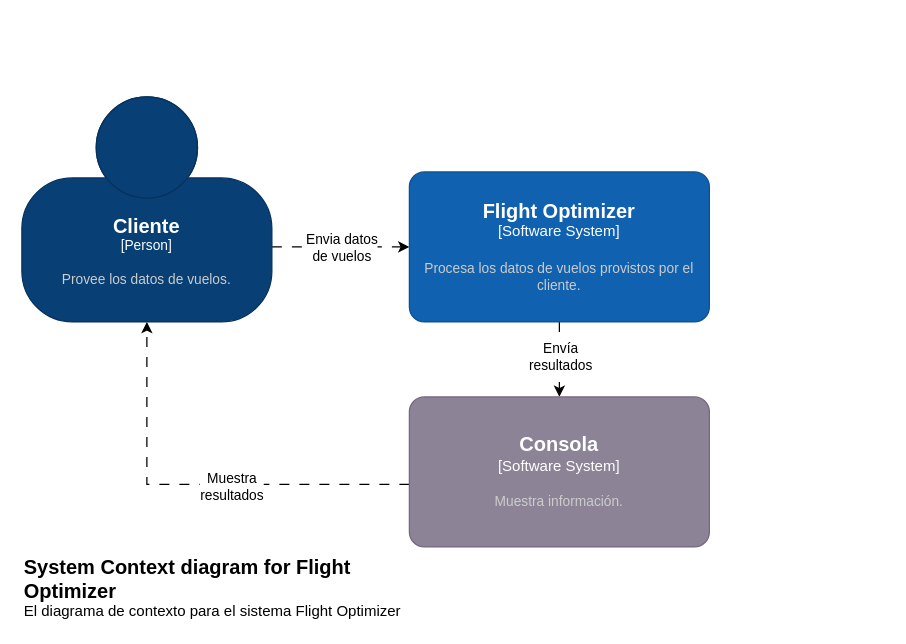
The draw.io diagram page "Page-1" (1 of 6) of docs/C4model.drawio in FranciscoPereira987/tp1-distribuidos-grupo5, before the edit. Source tidied: cells renumbered, new cells numbered last; positions are measured from the earlier drawing's top-left corner, leaving out a move shared by most shapes. Both pictures are drawn from the tidied source at 125%, with x=0, y=0 at pixel (21, 96).
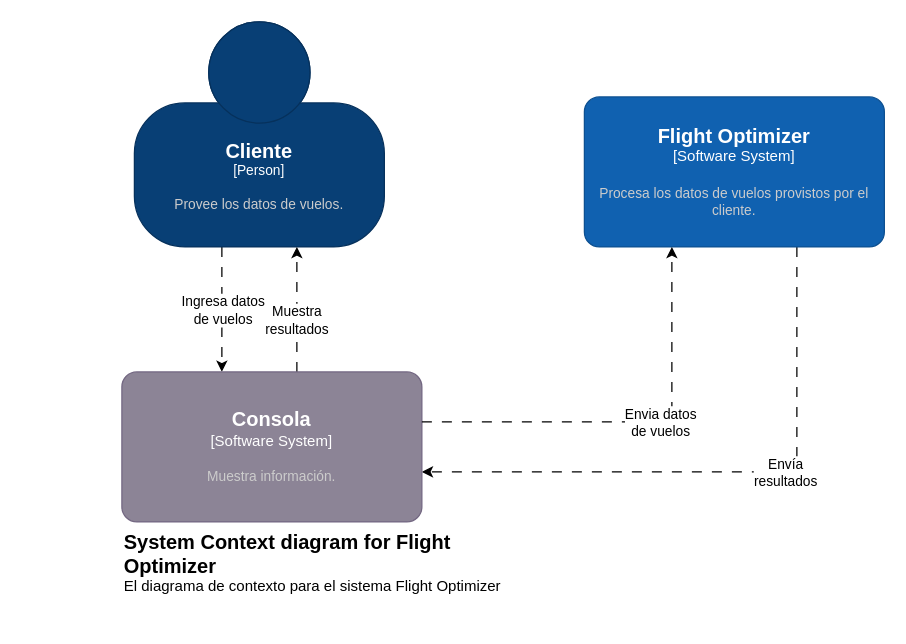
Above is the later version.

The edit, as a diff of the source:
```diff
@@
-    <mxCell id="2" style="edgeStyle=orthogonalEdgeStyle;rounded=0;jettySize=auto;html=1;dashed=1;dashPattern=8 8;" parent="1" edge="1" source="4" target="7">
+    <mxCell id="2" style="edgeStyle=orthogonalEdgeStyle;rounded=0;jettySize=auto;html=1;dashed=1;dashPattern=8 8;" parent="1" edge="1" source="4" target="10">
       <mxGeometry relative="1" as="geometry">
         <Array as="points">
-          <mxPoint x="260" y="120" />
-          <mxPoint x="260" y="120" />
+          <mxPoint x="160" y="170" />
+          <mxPoint x="160" y="170" />
         </Array>
       </mxGeometry>
     </mxCell>
-    <mxCell id="3" value="&lt;div&gt;Envia datos&lt;/div&gt;&lt;div&gt;de vuelos&lt;/div&gt;" style="edgeLabel;html=1;align=center;verticalAlign=middle;" parent="2" vertex="1">
+    <mxCell id="3" value="&lt;div&gt;Ingresa datos&lt;/div&gt;&lt;div&gt;de vuelos&lt;/div&gt;" style="edgeLabel;html=1;align=center;verticalAlign=middle;" parent="2" vertex="1">
       <mxGeometry relative="1" as="geometry" />
     </mxCell>
     <object id="4" label="&lt;font style=&quot;font-size: 16px&quot;&gt;&lt;b&gt;%c4Name%&lt;/b&gt;&lt;/font&gt;&lt;div&gt;[%c4Type%]&lt;/div&gt;&lt;br&gt;&lt;div&gt;&lt;font style=&quot;font-size: 11px&quot;&gt;&lt;font color=&quot;#cccccc&quot;&gt;%c4Description%&lt;/font&gt;&lt;/div&gt;" c4Description="Provee los datos de vuelos." c4Name="Cliente" c4Type="Person" placeholders="1">
       <mxCell style="html=1;fontSize=11;dashed=0;whiteSpace=wrap;fillColor=#083F75;strokeColor=#06315C;fontColor=#ffffff;shape=mxgraph.c4.person2;align=center;points=[[0.5,0,0],[1,0.5,0],[1,0.75,0],[0.75,1,0],[0.5,1,0],[0.25,1,0],[0,0.75,0],[0,0.5,0]];" parent="1" vertex="1">
-        <mxGeometry width="200" height="180" as="geometry" />
+        <mxGeometry x="90" y="-60" width="200" height="180" as="geometry" />
       </mxCell>
     </object>
     <mxCell id="5" style="edgeStyle=orthogonalEdgeStyle;rounded=0;jettySize=auto;html=1;dashed=1;dashPattern=8 8;" parent="1" edge="1" source="7" target="10">
-      <mxGeometry relative="1" as="geometry" />
+      <mxGeometry relative="1" as="geometry">
+        <Array as="points">
+          <mxPoint x="620" y="300" />
+        </Array>
+      </mxGeometry>
     </mxCell>
     <mxCell id="6" value="&lt;div&gt;Envía&lt;/div&gt;&lt;div&gt;resultados&lt;br&gt;&lt;/div&gt;" style="edgeLabel;html=1;align=center;verticalAlign=middle;" parent="5" vertex="1">
-      <mxGeometry x="-0.1" relative="1" as="geometry" />
+      <mxGeometry x="-0.1" relative="1" as="geometry">
+        <mxPoint x="26" as="offset" />
+      </mxGeometry>
     </mxCell>
     <object id="7" label="&lt;font style=&quot;font-size: 16px&quot;&gt;&lt;b&gt;%c4Name%&lt;/b&gt;&lt;/font&gt;&lt;div&gt;[%c4Type%]&lt;/div&gt;&lt;br&gt;&lt;div&gt;&lt;font style=&quot;font-size: 11px&quot;&gt;&lt;font color=&quot;#cccccc&quot;&gt;%c4Description%&lt;/font&gt;&lt;/div&gt;" c4Description="Procesa los datos de vuelos provistos por el cliente." c4Name="Flight Optimizer" c4Type="Software System" placeholders="1">
       <mxCell style="rounded=1;whiteSpace=wrap;html=1;labelBackgroundColor=none;fillColor=#1061B0;fontColor=#ffffff;align=center;arcSize=10;strokeColor=#0D5091;points=[[0.25,0,0],[0.5,0,0],[0.75,0,0],[1,0.25,0],[1,0.5,0],[1,0.75,0],[0.75,1,0],[0.5,1,0],[0.25,1,0],[0,0.75,0],[0,0.5,0],[0,0.25,0]];" parent="1" vertex="1">
-        <mxGeometry x="310" y="60" width="240" height="120" as="geometry" />
+        <mxGeometry x="450" width="240" height="120" as="geometry" />
       </mxCell>
     </object>
     <mxCell id="8" style="edgeStyle=orthogonalEdgeStyle;rounded=0;jettySize=auto;html=1;dashed=1;dashPattern=8 8;" parent="1" edge="1" source="10" target="4">
       <mxGeometry relative="1" as="geometry">
         <Array as="points">
-          <mxPoint x="100" y="310" />
+          <mxPoint x="220" y="170" />
+          <mxPoint x="220" y="170" />
         </Array>
       </mxGeometry>
     </mxCell>
@@
     <object id="10" label="&lt;font style=&quot;font-size: 16px&quot;&gt;&lt;b&gt;%c4Name%&lt;/b&gt;&lt;/font&gt;&lt;div&gt;[%c4Type%]&lt;/div&gt;&lt;br&gt;&lt;div&gt;&lt;font style=&quot;font-size: 11px&quot;&gt;&lt;font color=&quot;#cccccc&quot;&gt;%c4Description%&lt;/font&gt;&lt;/div&gt;" c4Description="Muestra información." c4Name="Consola" c4Type="Software System" placeholders="1">
       <mxCell style="rounded=1;whiteSpace=wrap;html=1;labelBackgroundColor=none;fillColor=#8C8496;fontColor=#ffffff;align=center;arcSize=10;strokeColor=#736782;points=[[0.25,0,0],[0.5,0,0],[0.75,0,0],[1,0.25,0],[1,0.5,0],[1,0.75,0],[0.75,1,0],[0.5,1,0],[0.25,1,0],[0,0.75,0],[0,0.5,0],[0,0.25,0]];" parent="1" vertex="1">
-        <mxGeometry x="310" y="240" width="240" height="120" as="geometry" />
+        <mxGeometry x="80" y="220" width="240" height="120" as="geometry" />
       </mxCell>
     </object>
     <object id="11" label="&lt;font style=&quot;font-size: 16px&quot;&gt;&lt;b&gt;&lt;div style=&quot;text-align: left&quot;&gt;%c4Name%&lt;/div&gt;&lt;/b&gt;&lt;/font&gt;&lt;div style=&quot;text-align: left&quot;&gt;%c4Description%&lt;/div&gt;" c4Description="El diagrama de contexto para el sistema Flight Optimizer" c4Name="System Context diagram for Flight Optimizer" placeholders="1">
       <mxCell style="text;html=1;strokeColor=none;fillColor=none;align=left;verticalAlign=top;whiteSpace=wrap;rounded=0;" parent="1" vertex="1">
-        <mxGeometry y="360" width="340" height="50" as="geometry" />
+        <mxGeometry x="80" y="340" width="340" height="50" as="geometry" />
       </mxCell>
     </object>
+    <mxCell id="12" style="edgeStyle=orthogonalEdgeStyle;rounded=0;jettySize=auto;html=1;dashed=1;dashPattern=8 8;" parent="1" edge="1" source="10" target="7">
+      <mxGeometry relative="1" as="geometry">
+        <Array as="points">
+          <mxPoint x="520" y="260" />
+        </Array>
+      </mxGeometry>
+    </mxCell>
+    <mxCell id="13" value="&lt;div&gt;Envia datos&lt;/div&gt;&lt;div&gt;de vuelos&lt;/div&gt;" style="edgeLabel;html=1;align=center;verticalAlign=middle;" parent="12" vertex="1">
+      <mxGeometry relative="1" as="geometry">
+        <mxPoint x="20" as="offset" />
+      </mxGeometry>
+    </mxCell>
```
